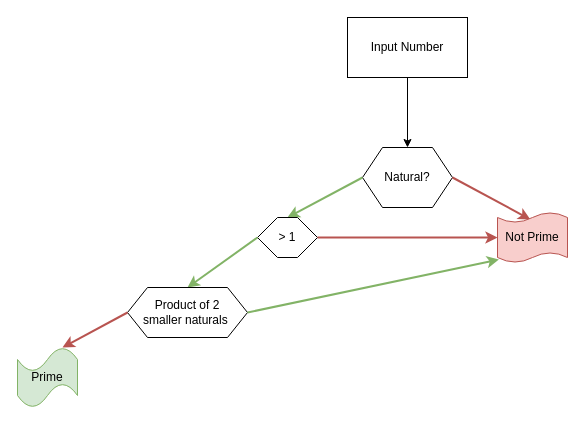
Earlier version of the draw.io diagram Module_1/Lab_3_Algorithmization/Untitled Diagram.drawio (psyrgkan/DAFT_1022). Source tidied: cells renumbered, new cells numbered last; positions are measured from the earlier drawing's top-left corner, leaving out a move shared by most shapes. Both pictures are drawn from the tidied source at 100%, with x=0, y=0 at pixel (17, 17).
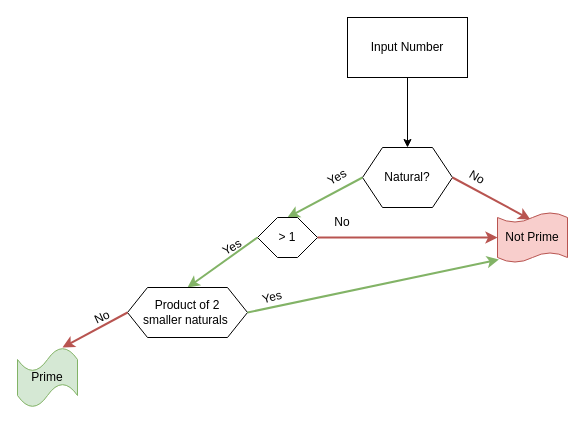
The same page after the edit.

The change refers to these unchanged cells:
```xml
<mxCell id="8" value="&amp;gt; 1" style="shape=hexagon;perimeter=hexagonPerimeter2;whiteSpace=wrap;html=1;fixedSize=1;" parent="1" vertex="1">
  <mxGeometry x="240" y="200" width="60" height="40" as="geometry" />
</mxCell>
<mxCell id="11" value="Product of 2 &lt;br&gt;smaller naturals&amp;nbsp;" style="shape=hexagon;perimeter=hexagonPerimeter2;whiteSpace=wrap;html=1;fixedSize=1;" parent="1" vertex="1">
  <mxGeometry x="110" y="270" width="120" height="50" as="geometry" />
</mxCell>
```

The edit, as a diff of the source:
```diff
@@
-    <mxCell id="9" style="endArrow=classic;html=1;rounded=0;exitX=0;exitY=0.5;exitDx=0;exitDy=0;fillColor=#d5e8d4;strokeColor=#82b366;strokeWidth=2;entryX=0.5;entryY=0;entryDx=0;entryDy=0;" parent="1" edge="1" source="8" target="11">
+    <mxCell id="9" style="endArrow=classic;html=1;rounded=0;exitX=0;exitY=0.5;exitDx=0;exitDy=0;fillColor=#d5e8d4;strokeColor=#82b366;strokeWidth=2;entryX=0.5;entryY=0;entryDx=0;entryDy=0;startArrow=none;" parent="1" edge="1" source="8" target="11">
       <mxGeometry relative="1" as="geometry" />
     </mxCell>
@@
+    <mxCell id="15" value="Yes" style="text;html=1;strokeColor=none;fillColor=none;align=center;verticalAlign=middle;whiteSpace=wrap;rounded=0;rotation=-30;" parent="1" vertex="1">
+      <mxGeometry x="295" y="150" width="50" height="20" as="geometry" />
+    </mxCell>
+    <mxCell id="16" value="Yes" style="text;html=1;strokeColor=none;fillColor=none;align=center;verticalAlign=middle;whiteSpace=wrap;rounded=0;rotation=-15;" parent="1" vertex="1">
+      <mxGeometry x="230" y="270" width="50" height="20" as="geometry" />
+    </mxCell>
+    <mxCell id="17" value="Yes" style="text;html=1;strokeColor=none;fillColor=none;align=center;verticalAlign=middle;whiteSpace=wrap;rounded=0;rotation=-30;" parent="1" vertex="1">
+      <mxGeometry x="190" y="220" width="50" height="20" as="geometry" />
+    </mxCell>
+    <mxCell id="18" value="No&lt;br&gt;" style="text;html=1;strokeColor=none;fillColor=none;align=center;verticalAlign=middle;whiteSpace=wrap;rounded=0;rotation=-25;" parent="1" vertex="1">
+      <mxGeometry x="60" y="290" width="50" height="20" as="geometry" />
+    </mxCell>
+    <mxCell id="19" value="No&lt;br&gt;" style="text;html=1;strokeColor=none;fillColor=none;align=center;verticalAlign=middle;whiteSpace=wrap;rounded=0;rotation=0;" parent="1" vertex="1">
+      <mxGeometry x="300" y="195" width="50" height="20" as="geometry" />
+    </mxCell>
+    <mxCell id="20" value="No&lt;br&gt;" style="text;html=1;strokeColor=none;fillColor=none;align=center;verticalAlign=middle;whiteSpace=wrap;rounded=0;rotation=30;" parent="1" vertex="1">
+      <mxGeometry x="435" y="150" width="50" height="20" as="geometry" />
+    </mxCell>
```
